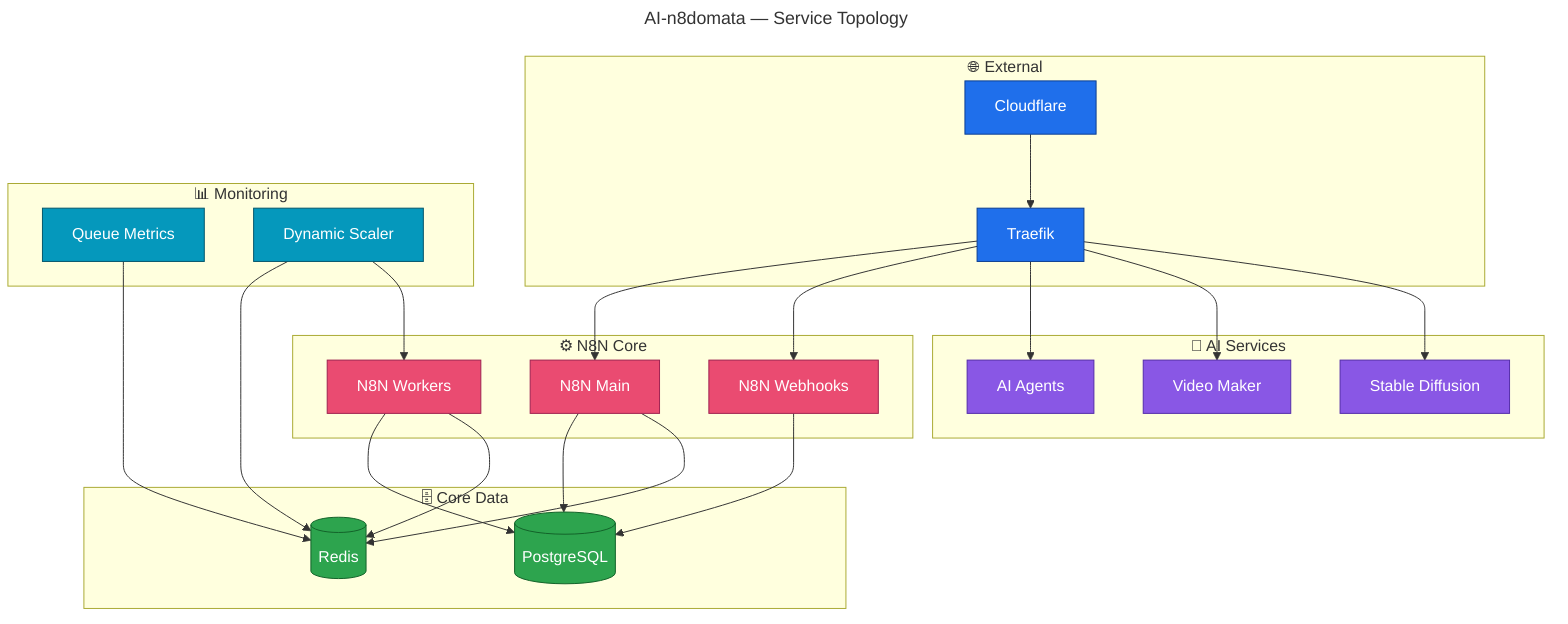
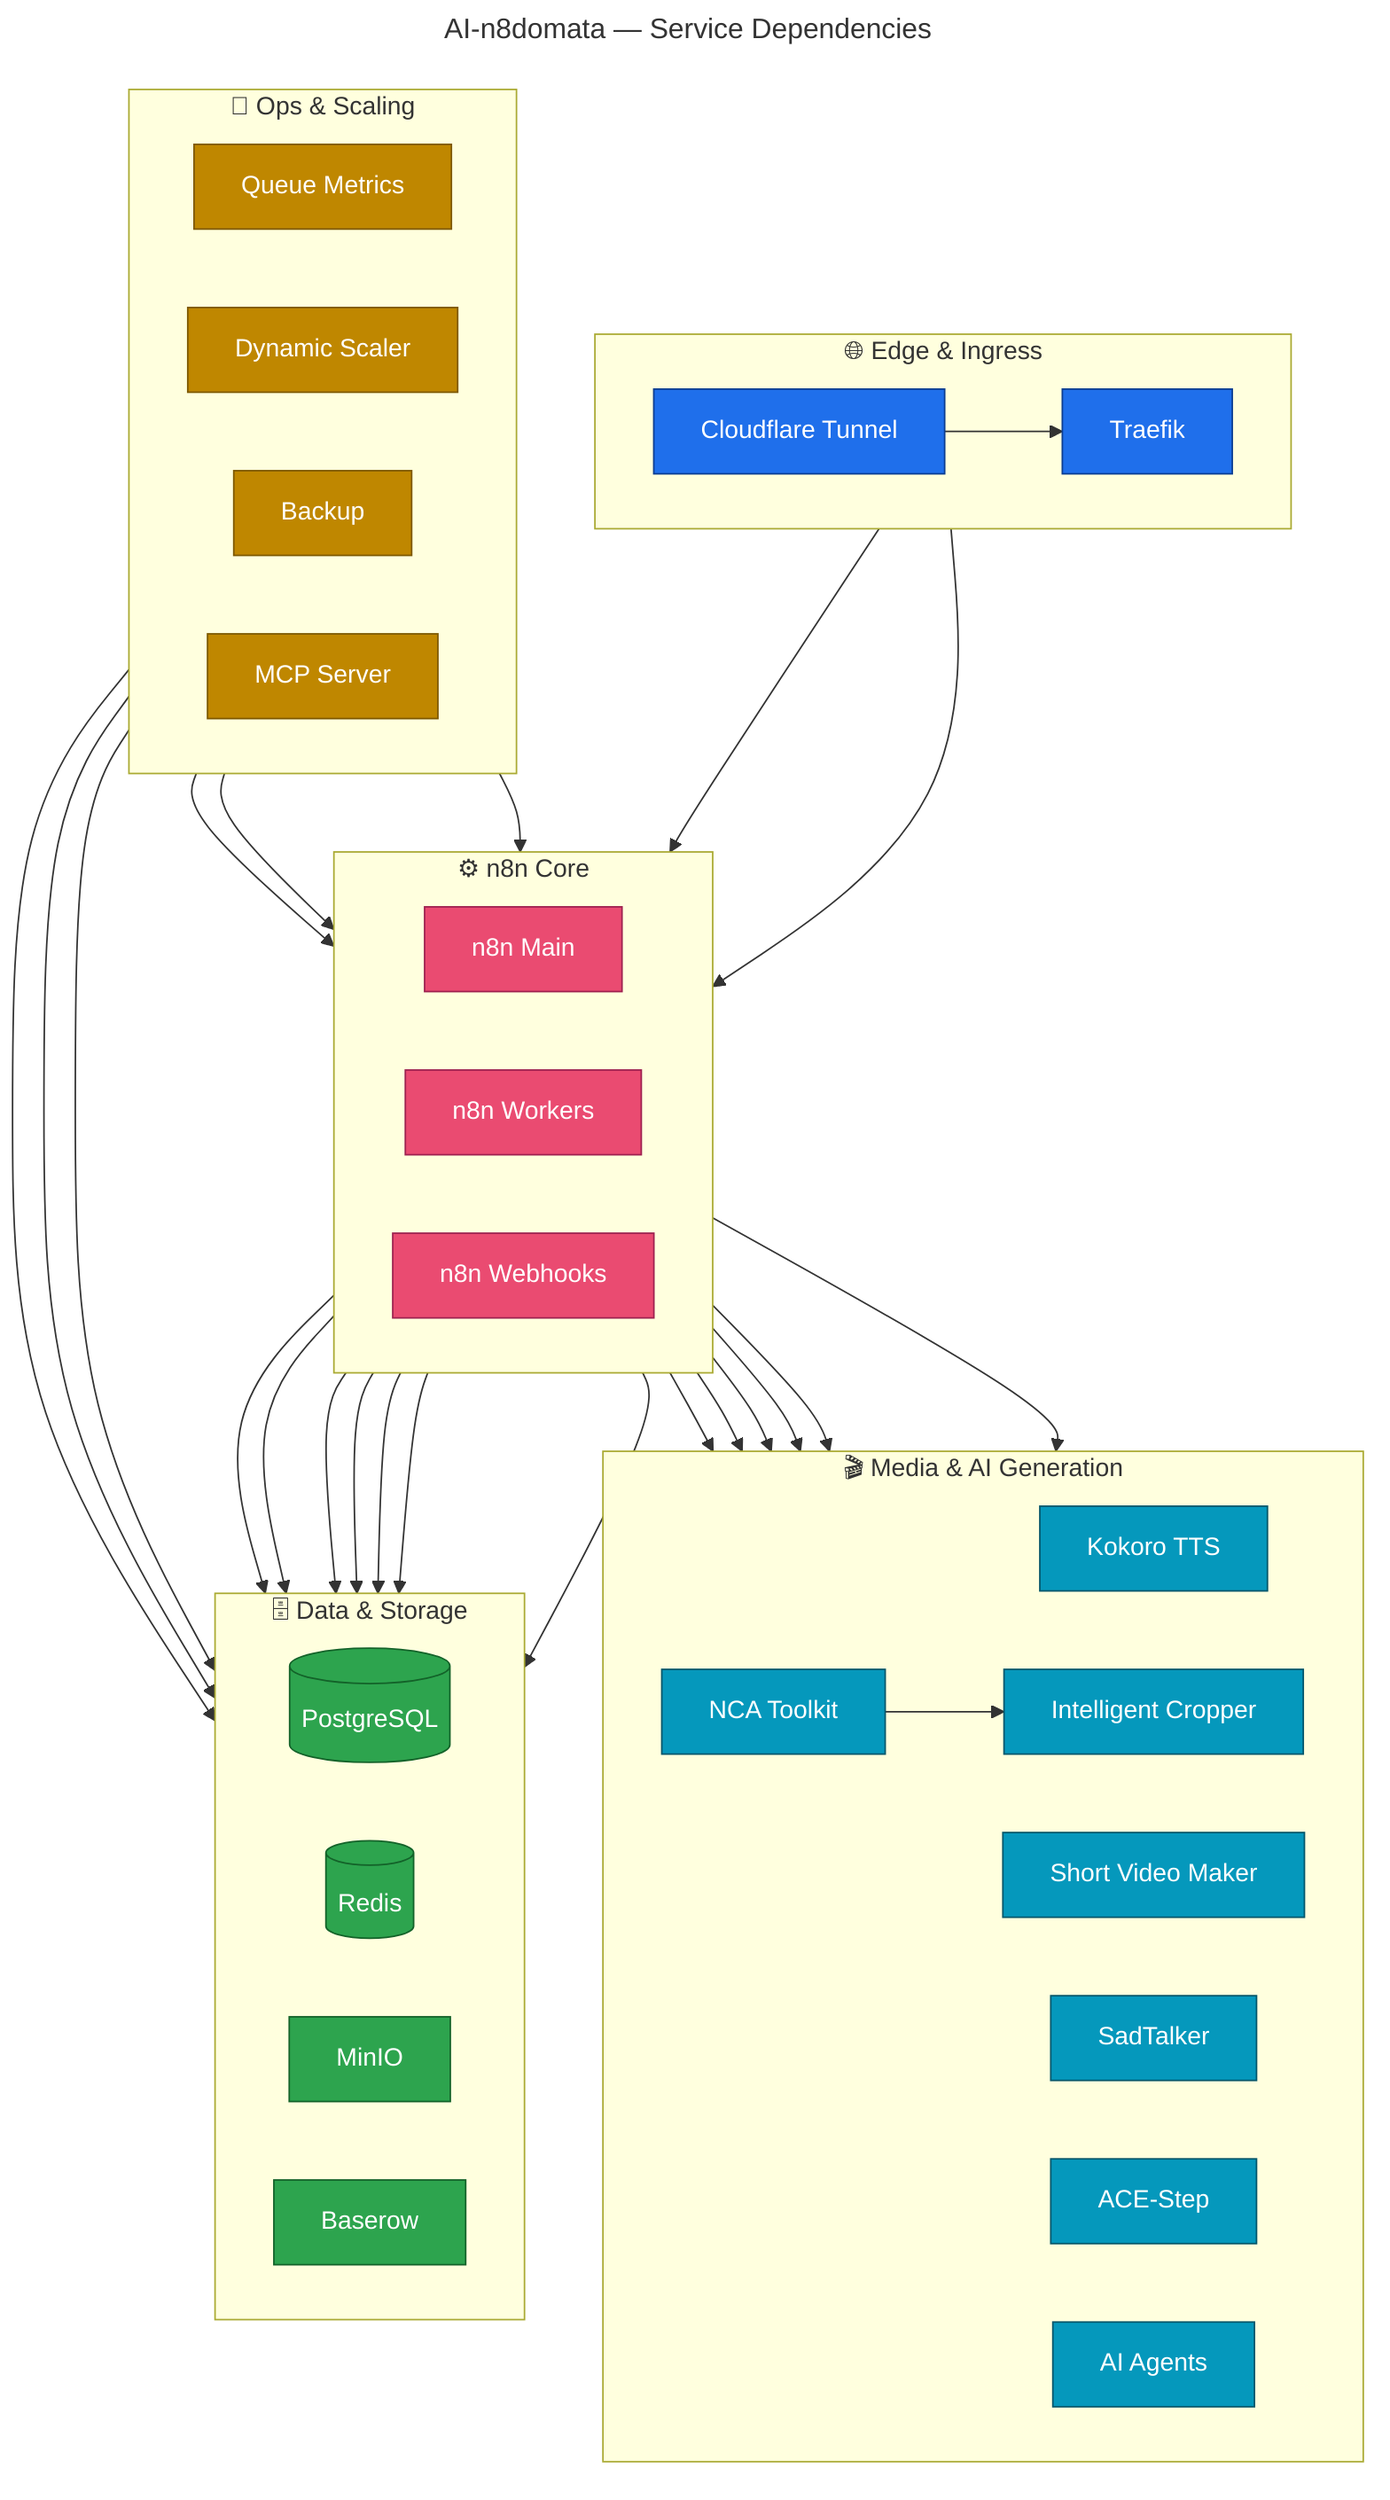
---
- title: AI-n8domata — Service Topology
+ title: AI-n8domata — Service Dependencies
---
graph TB
-     subgraph EXT["🌐 External"]
-         CF[Cloudflare] --> TR[Traefik]
+     subgraph EDGE["🌐 Edge &amp; Ingress"]
+         direction LR
+         CF["Cloudflare Tunnel"] --> TR["Traefik"]
    end

-     subgraph DATA["🗄️ Core Data"]
-         PG[(PostgreSQL)]
-         RD[(Redis)]
+     subgraph CORE["⚙️ n8n Core"]
+         direction LR
+         N8N["n8n Main"]
+         NW["n8n Workers"]
+         NH["n8n Webhooks"]
    end

-     subgraph CORE["⚙️ N8N Core"]
-         N8N[N8N Main] --> PG
-         N8N --> RD
-         NW[N8N Workers] --> PG
-         NW --> RD
-         NH[N8N Webhooks] --> PG
+     subgraph DATA["🗄️ Data &amp; Storage"]
+         direction LR
+         PG[("PostgreSQL")]
+         RD[("Redis")]
+         MC["MinIO"]
+         BR["Baserow"]
    end

-     subgraph MON["📊 Monitoring"]
-         QM[Queue Metrics] --> RD
-         DS[Dynamic Scaler] --> RD
-         DS --> NW
+     subgraph MEDIA["🎬 Media &amp; AI Generation"]
+         direction LR
+         TTS["Kokoro TTS"]
+         NCA["NCA Toolkit"]
+         CRP["Intelligent Cropper"]
+         SVM["Short Video Maker"]
+         AVA["SadTalker"]
+         ACE["ACE-Step"]
+         AIA["AI Agents"]
    end

-     subgraph AI["🤖 AI Services"]
-         AIA[AI Agents]
-         SVM[Video Maker]
-         SD[Stable Diffusion]
+     subgraph OPS["🧩 Ops &amp; Scaling"]
+         direction LR
+         QM["Queue Metrics"]
+         DS["Dynamic Scaler"]
+         BK["Backup"]
+         MCP["MCP Server"]
    end

    TR --> N8N
    TR --> NH
-     TR --> AIA
-     TR --> SVM
-     TR --> SD
+     N8N --> PG
+     N8N --> RD
+     N8N --> MC
+     N8N --> BR
+     NW --> PG
+     NW --> RD
+     NH --> PG
+     N8N --> TTS
+     N8N --> NCA
+     N8N --> SVM
+     N8N --> AVA
+     N8N --> ACE
+     N8N --> AIA
+     NCA --> CRP
+     QM --> RD
+     DS --> RD
+     DS --> NW
+     BK --> PG
+     BK --> N8N
+     MCP --> N8N

-     classDef ext fill:#1f6feb,stroke:#0b3d91,color:#fff,stroke-width:1px
+     classDef edge fill:#1f6feb,stroke:#0b3d91,color:#fff,stroke-width:1px
    classDef core fill:#ea4b71,stroke:#9e2150,color:#fff,stroke-width:1px
    classDef data fill:#2da44e,stroke:#136229,color:#fff,stroke-width:1px
-     classDef ai fill:#8957e5,stroke:#532ba9,color:#fff,stroke-width:1px
-     classDef mon fill:#0598bc,stroke:#04566b,color:#fff,stroke-width:1px
+     classDef media fill:#0598bc,stroke:#04566b,color:#fff,stroke-width:1px
+     classDef ops fill:#bf8700,stroke:#7d5800,color:#fff,stroke-width:1px

-     class CF,TR ext
+     class CF,TR edge
    class N8N,NW,NH core
-     class PG,RD data
-     class AIA,SVM,SD ai
-     class QM,DS mon
+     class PG,RD,MC,BR data
+     class TTS,NCA,CRP,SVM,AVA,ACE,AIA media
+     class QM,DS,BK,MCP ops
